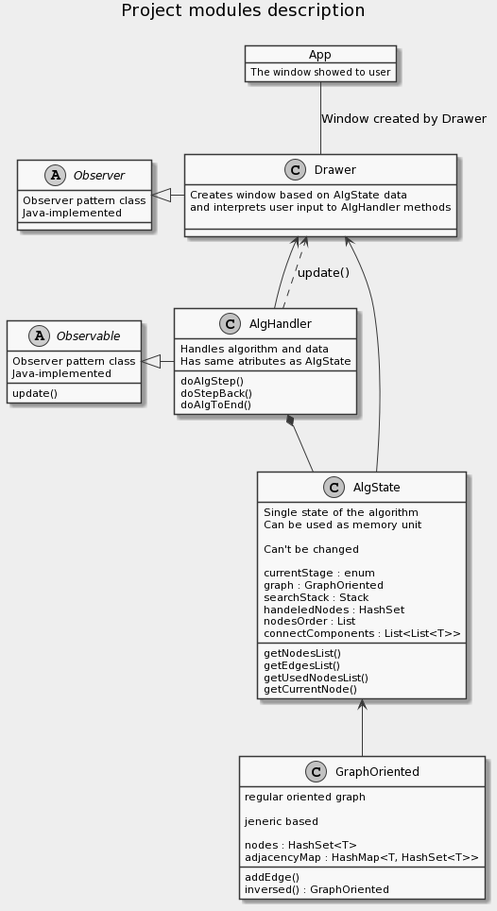
This is Отчеты/Project_Modules_Description.png from sergeyyurev/Summer_Practise_2021_group15, a PlantUML export, as it was before one commit.
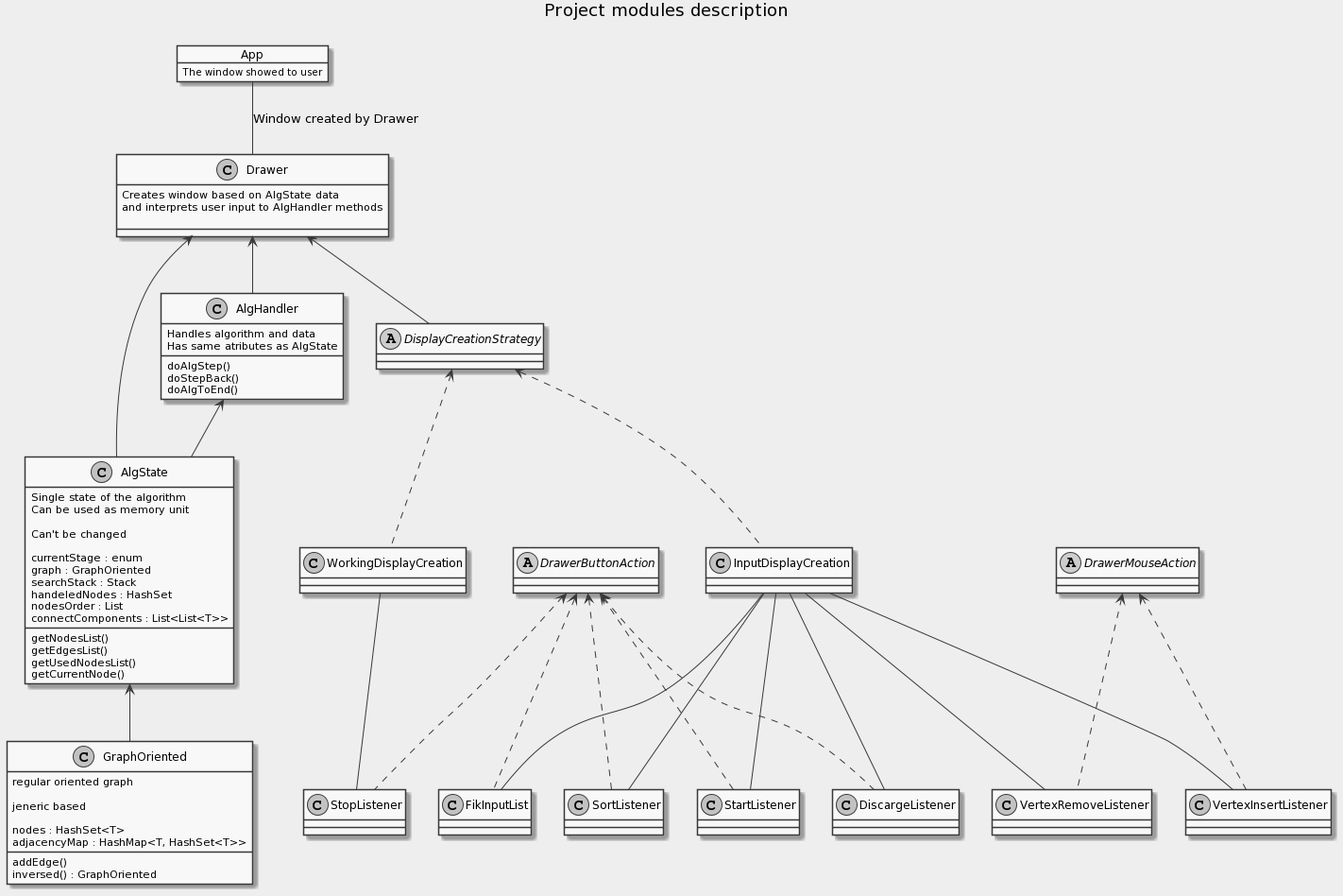
After the change.

The edit, as a diff of the source:
```diff
@@ -1,6 +1,9 @@
 @startuml
 skinparam monochrome true
 skinparam backgroundColor #EEEEEE
+
+hide empty description
+
 title Project modules description\n
 
 object App
@@ -46,21 +49,47 @@
 GraphOriented : inversed() : GraphOriented
 
 
-
-abstract class Observable
-Observable : Observer pattern class\nJava-implemented
-Observable : update()
-abstract class Observer
-Observer : Observer pattern class\nJava-implemented
-
-Observer <|- Drawer
-Observable <|- AlgHandler
-
-
 App -- Drawer : Window created by Drawer
 Drawer <-- AlgHandler
 Drawer <-- AlgState
-AlgHandler ..> Drawer : update()
-AlgHandler *-- AlgState
+AlgHandler <-- AlgState
 AlgState <-- GraphOriented
+
+
+abstract class DisplayCreationStrategy
+class InputDisplayCreation
+class WorkingDisplayCreation
+
+class DiscargeListener
+class FikInputList
+class StopListener
+class VertexRemoveListener
+class SortListener
+class StartListener
+class VertexInsertListener
+
+abstract class DrawerButtonAction
+abstract class DrawerMouseAction
+
+Drawer <-- DisplayCreationStrategy
+DisplayCreationStrategy <.. InputDisplayCreation
+DisplayCreationStrategy <.. WorkingDisplayCreation
+
+WorkingDisplayCreation -- StopListener
+
+InputDisplayCreation -- DiscargeListener
+InputDisplayCreation -- FikInputList
+InputDisplayCreation -- VertexRemoveListener
+InputDisplayCreation -- SortListener
+InputDisplayCreation -- StartListener
+InputDisplayCreation -- VertexInsertListener
+
+DrawerButtonAction <.. DiscargeListener
+DrawerButtonAction <.. SortListener
+DrawerButtonAction <.. StartListener
+DrawerButtonAction <.. FikInputList
+DrawerButtonAction <.. StopListener
+
+DrawerMouseAction <.. VertexRemoveListener
+DrawerMouseAction <.. VertexInsertListener
 @enduml
```
